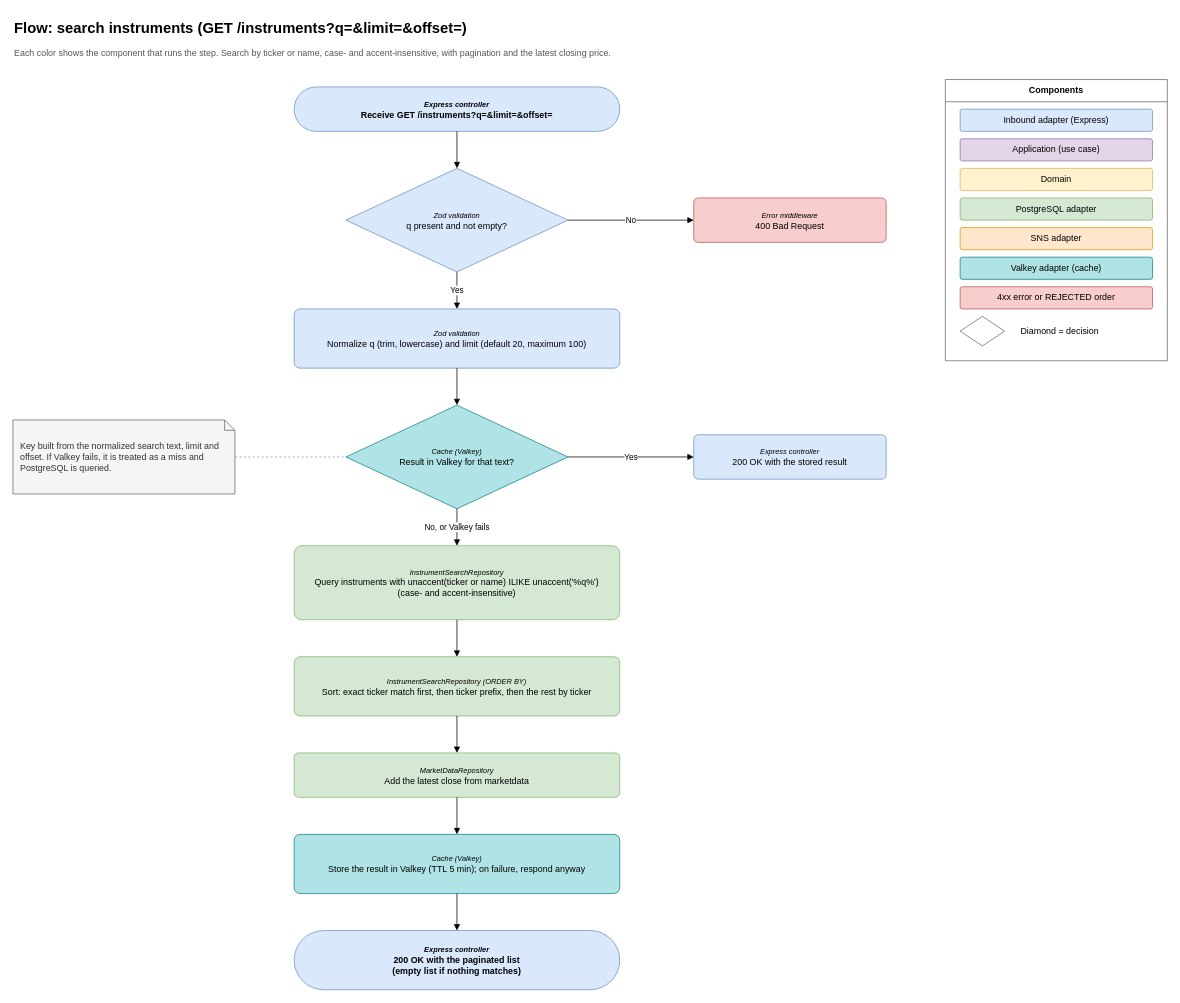
Samuel0023/cocos-challenge keeps this draw.io diagram as page "Flow: search instruments" (5 of 6) of docs/diagrams/cocos-solution.drawio. Above is the earlier version. Source tidied: cells renumbered, new cells numbered last; positions are measured from the earlier drawing's top-left corner, leaving out a move shared by most shapes. Both pictures are drawn from the tidied source at 74%, with x=0, y=0 at pixel (13, 13).
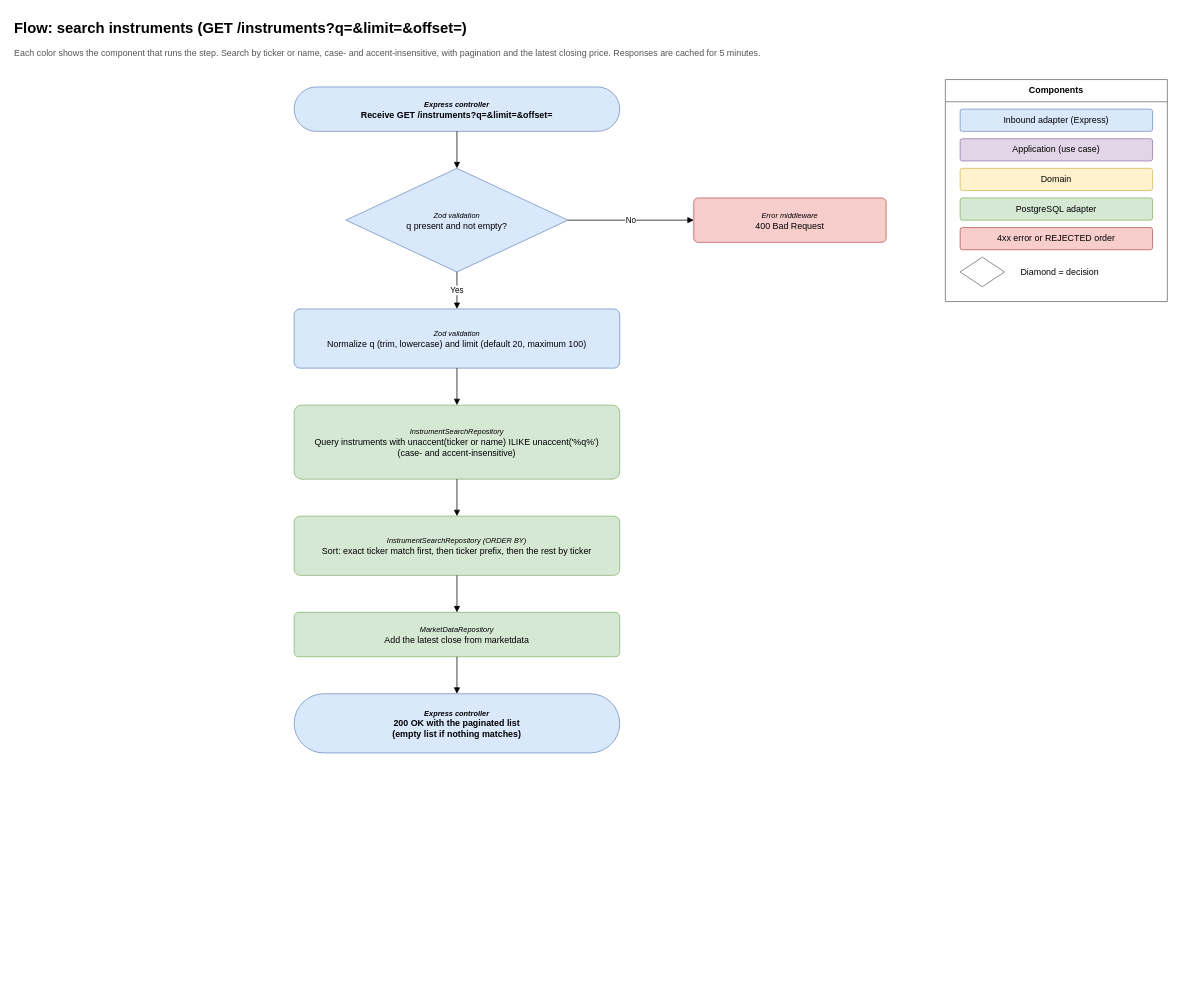
Above is the later version.

Unchanged cells that the change refers to:
```xml
<mxCell id="7" value="&lt;i style=&quot;font-size:10px&quot;&gt;Zod validation&lt;/i&gt;&lt;br&gt;Normalize q (trim, lowercase) and limit (default 20, maximum 100)" style="rounded=1;whiteSpace=wrap;html=1;arcSize=10;fillColor=#dae8fc;strokeColor=#6c8ebf;" parent="1" vertex="1">
  <mxGeometry x="380" y="400" width="440" height="80" as="geometry" />
</mxCell>
```

What changed in the source:
```diff
@@
-    <mxCell id="3" value="Each color shows the component that runs the step. Search by ticker or name, case- and accent-insensitive, with pagination and the latest closing price." style="text;html=1;whiteSpace=wrap;align=left;verticalAlign=middle;fontSize=12;fontColor=#555555;" parent="1" vertex="1">
+    <mxCell id="3" value="Each color shows the component that runs the step. Search by ticker or name, case- and accent-insensitive, with pagination and the latest closing price. Responses are cached for 5 minutes." style="text;html=1;whiteSpace=wrap;align=left;verticalAlign=middle;fontSize=12;fontColor=#555555;" parent="1" vertex="1">
       <mxGeometry y="40" width="1400" height="30" as="geometry" />
     </mxCell>
@@
-    <mxCell id="8" value="&lt;i style=&quot;font-size:10px&quot;&gt;Cache (Valkey)&lt;/i&gt;&lt;br&gt;Result in Valkey for that text?" style="rhombus;whiteSpace=wrap;html=1;fillColor=#b0e3e6;strokeColor=#0e8088;" parent="1" vertex="1">
-      <mxGeometry x="450" y="530" width="300" height="140" as="geometry" />
-    </mxCell>
-    <mxCell id="9" value="&lt;i style=&quot;font-size:10px&quot;&gt;Express controller&lt;/i&gt;&lt;br&gt;200 OK with the stored result" style="rounded=1;whiteSpace=wrap;html=1;arcSize=10;fillColor=#dae8fc;strokeColor=#6c8ebf;" parent="1" vertex="1">
-      <mxGeometry x="920" y="570" width="260" height="60" as="geometry" />
-    </mxCell>
-    <mxCell id="10" value="Key built from the normalized search text, limit and offset. If Valkey fails, it is treated as a miss and PostgreSQL is queried." style="shape=note;whiteSpace=wrap;html=1;size=14;align=left;spacingLeft=8;spacingRight=8;fillColor=#f5f5f5;strokeColor=#666666;fontColor=#333333;" parent="1" vertex="1">
-      <mxGeometry y="550" width="300" height="100" as="geometry" />
-    </mxCell>
     <mxCell id="11" value="&lt;i style=&quot;font-size:10px&quot;&gt;InstrumentSearchRepository&lt;/i&gt;&lt;br&gt;Query instruments with unaccent(ticker or name) ILIKE unaccent('%q%')&lt;br&gt;(case- and accent-insensitive)" style="rounded=1;whiteSpace=wrap;html=1;arcSize=10;fillColor=#d5e8d4;strokeColor=#82b366;" parent="1" vertex="1">
-      <mxGeometry x="380" y="720" width="440" height="100" as="geometry" />
+      <mxGeometry x="380" y="530" width="440" height="100" as="geometry" />
     </mxCell>
     <mxCell id="12" value="&lt;i style=&quot;font-size:10px&quot;&gt;InstrumentSearchRepository (ORDER BY)&lt;/i&gt;&lt;br&gt;Sort: exact ticker match first, then ticker prefix, then the rest by ticker" style="rounded=1;whiteSpace=wrap;html=1;arcSize=10;fillColor=#d5e8d4;strokeColor=#82b366;" parent="1" vertex="1">
-      <mxGeometry x="380" y="870" width="440" height="80" as="geometry" />
+      <mxGeometry x="380" y="680" width="440" height="80" as="geometry" />
     </mxCell>
     <mxCell id="13" value="&lt;i style=&quot;font-size:10px&quot;&gt;MarketDataRepository&lt;/i&gt;&lt;br&gt;Add the latest close from marketdata" style="rounded=1;whiteSpace=wrap;html=1;arcSize=10;fillColor=#d5e8d4;strokeColor=#82b366;" parent="1" vertex="1">
-      <mxGeometry x="380" y="1000" width="440" height="60" as="geometry" />
+      <mxGeometry x="380" y="810" width="440" height="60" as="geometry" />
     </mxCell>
-    <mxCell id="14" value="&lt;i style=&quot;font-size:10px&quot;&gt;Cache (Valkey)&lt;/i&gt;&lt;br&gt;Store the result in Valkey (TTL 5 min); on failure, respond anyway" style="rounded=1;whiteSpace=wrap;html=1;arcSize=10;fillColor=#b0e3e6;strokeColor=#0e8088;" parent="1" vertex="1">
-      <mxGeometry x="380" y="1110" width="440" height="80" as="geometry" />
-    </mxCell>
     <mxCell id="15" value="&lt;i style=&quot;font-size:10px&quot;&gt;Express controller&lt;/i&gt;&lt;br&gt;200 OK with the paginated list&lt;br&gt;(empty list if nothing matches)" style="rounded=1;whiteSpace=wrap;html=1;arcSize=50;fontStyle=1;fillColor=#dae8fc;strokeColor=#6c8ebf;" parent="1" vertex="1">
-      <mxGeometry x="380" y="1240" width="440" height="80" as="geometry" />
+      <mxGeometry x="380" y="920" width="440" height="80" as="geometry" />
     </mxCell>
     <mxCell id="16" value="Components" style="swimlane;whiteSpace=wrap;html=1;startSize=30;rounded=0;fontStyle=1;fillColor=none;strokeColor=#666666;" parent="1" vertex="1">
-      <mxGeometry x="1260" y="90" width="300" height="380" as="geometry" />
+      <mxGeometry x="1260" y="90" width="300" height="300" as="geometry" />
     </mxCell>
@@
-    <mxCell id="21" value="SNS adapter" style="rounded=1;whiteSpace=wrap;html=1;arcSize=10;fillColor=#ffe6cc;strokeColor=#d79b00;" parent="16" vertex="1">
-      <mxGeometry x="20" y="200" width="260" height="30" as="geometry" />
-    </mxCell>
-    <mxCell id="22" value="Valkey adapter (cache)" style="rounded=1;whiteSpace=wrap;html=1;arcSize=10;fillColor=#b0e3e6;strokeColor=#0e8088;" parent="16" vertex="1">
-      <mxGeometry x="20" y="240" width="260" height="30" as="geometry" />
-    </mxCell>
     <mxCell id="23" value="4xx error or REJECTED order" style="rounded=1;whiteSpace=wrap;html=1;arcSize=10;fillColor=#f8cecc;strokeColor=#b85450;" parent="16" vertex="1">
-      <mxGeometry x="20" y="280" width="260" height="30" as="geometry" />
+      <mxGeometry x="20" y="200" width="260" height="30" as="geometry" />
     </mxCell>
     <mxCell id="24" style="rhombus;whiteSpace=wrap;html=1;fillColor=#ffffff;strokeColor=#666666;" parent="16" vertex="1">
-      <mxGeometry x="20" y="320" width="60" height="40" as="geometry" />
+      <mxGeometry x="20" y="240" width="60" height="40" as="geometry" />
     </mxCell>
     <mxCell id="25" value="Diamond = decision" style="text;html=1;whiteSpace=wrap;align=left;verticalAlign=middle;fontSize=12;" parent="16" vertex="1">
-      <mxGeometry x="100" y="320" width="180" height="40" as="geometry" />
+      <mxGeometry x="100" y="240" width="180" height="40" as="geometry" />
     </mxCell>
@@
-    <mxCell id="29" style="edgeStyle=orthogonalEdgeStyle;rounded=0;html=1;labelBackgroundColor=default;endArrow=block;endFill=1;fontSize=11;exitX=0.5;exitY=1;exitDx=0;exitDy=0;entryX=0.5;entryY=0;entryDx=0;entryDy=0;" parent="1" edge="1" source="7" target="8">
+    <mxCell id="29" style="edgeStyle=orthogonalEdgeStyle;rounded=0;html=1;labelBackgroundColor=default;endArrow=block;endFill=1;fontSize=11;exitX=0.5;exitY=1;exitDx=0;exitDy=0;entryX=0.5;entryY=0;entryDx=0;entryDy=0;" parent="1" edge="1" source="7" target="11">
       <mxGeometry relative="1" as="geometry" />
     </mxCell>
-    <mxCell id="30" value="Yes" style="edgeStyle=orthogonalEdgeStyle;rounded=0;html=1;labelBackgroundColor=default;endArrow=block;endFill=1;fontSize=11;exitX=1;exitY=0.5;exitDx=0;exitDy=0;entryX=0;entryY=0.5;entryDx=0;entryDy=0;" parent="1" edge="1" source="8" target="9">
-      <mxGeometry relative="1" as="geometry" />
-    </mxCell>
-    <mxCell id="31" style="edgeStyle=orthogonalEdgeStyle;rounded=0;html=1;labelBackgroundColor=default;endArrow=block;endFill=1;fontSize=11;exitX=1;exitY=0.5;exitDx=0;exitDy=0;entryX=0;entryY=0.5;entryDx=0;entryDy=0;endArrow=none;dashed=1;strokeColor=#999999;" parent="1" edge="1" source="10" target="8">
-      <mxGeometry relative="1" as="geometry" />
-    </mxCell>
-    <mxCell id="32" value="No, or Valkey fails" style="edgeStyle=orthogonalEdgeStyle;rounded=0;html=1;labelBackgroundColor=default;endArrow=block;endFill=1;fontSize=11;exitX=0.5;exitY=1;exitDx=0;exitDy=0;entryX=0.5;entryY=0;entryDx=0;entryDy=0;" parent="1" edge="1" source="8" target="11">
-      <mxGeometry relative="1" as="geometry" />
-    </mxCell>
@@
-    <mxCell id="35" style="edgeStyle=orthogonalEdgeStyle;rounded=0;html=1;labelBackgroundColor=default;endArrow=block;endFill=1;fontSize=11;exitX=0.5;exitY=1;exitDx=0;exitDy=0;entryX=0.5;entryY=0;entryDx=0;entryDy=0;" parent="1" edge="1" source="13" target="14">
+    <mxCell id="35" style="edgeStyle=orthogonalEdgeStyle;rounded=0;html=1;labelBackgroundColor=default;endArrow=block;endFill=1;fontSize=11;exitX=0.5;exitY=1;exitDx=0;exitDy=0;entryX=0.5;entryY=0;entryDx=0;entryDy=0;" parent="1" edge="1" source="13" target="15">
       <mxGeometry relative="1" as="geometry" />
     </mxCell>
-    <mxCell id="36" style="edgeStyle=orthogonalEdgeStyle;rounded=0;html=1;labelBackgroundColor=default;endArrow=block;endFill=1;fontSize=11;exitX=0.5;exitY=1;exitDx=0;exitDy=0;entryX=0.5;entryY=0;entryDx=0;entryDy=0;" parent="1" edge="1" source="14" target="15">
-      <mxGeometry relative="1" as="geometry" />
-    </mxCell>
```
